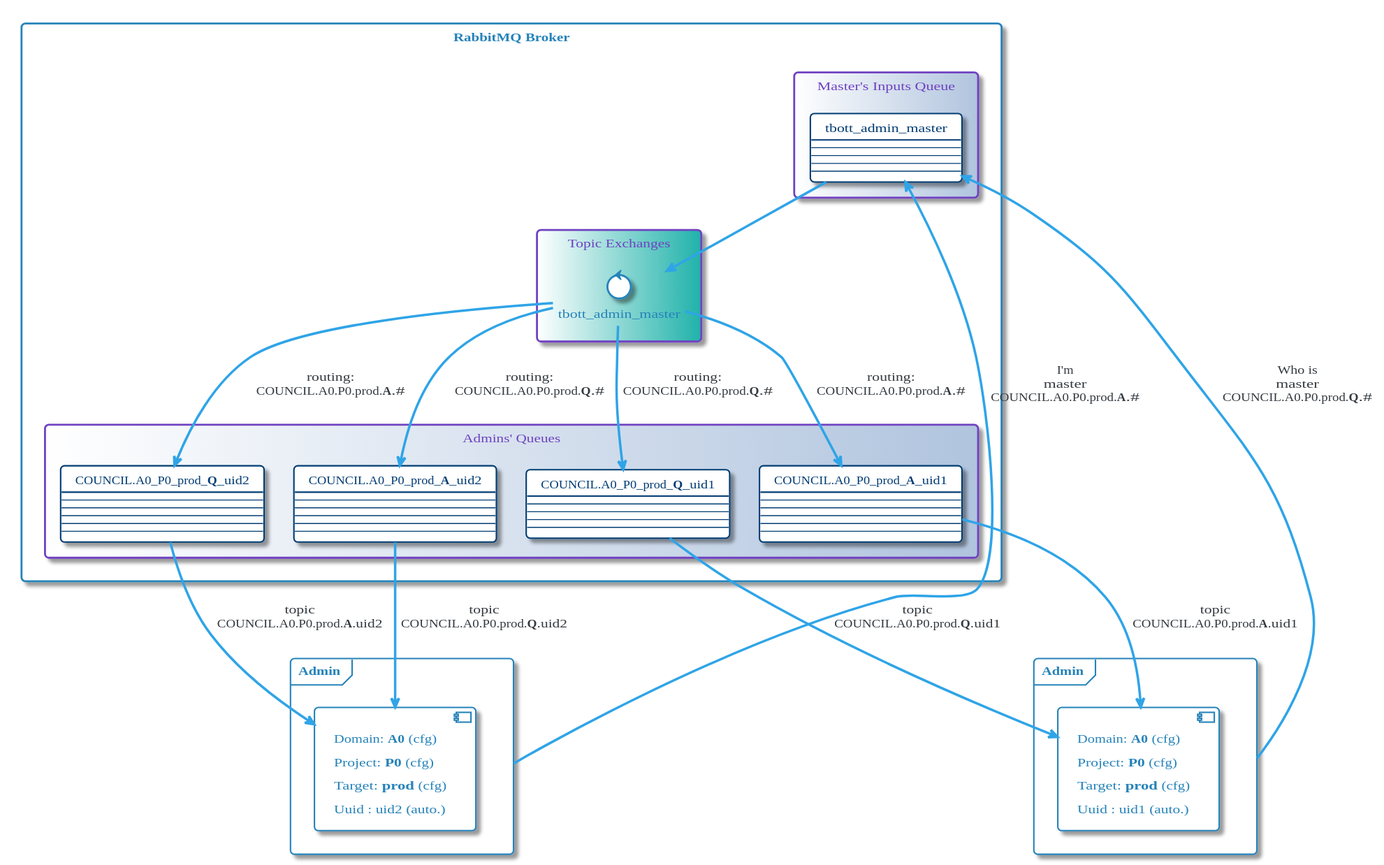
The PlantUML diagram images/plantuml/Admin/admin_coms/CommandsMaster.svg in momenttech/maestro-architecture, before a commit.
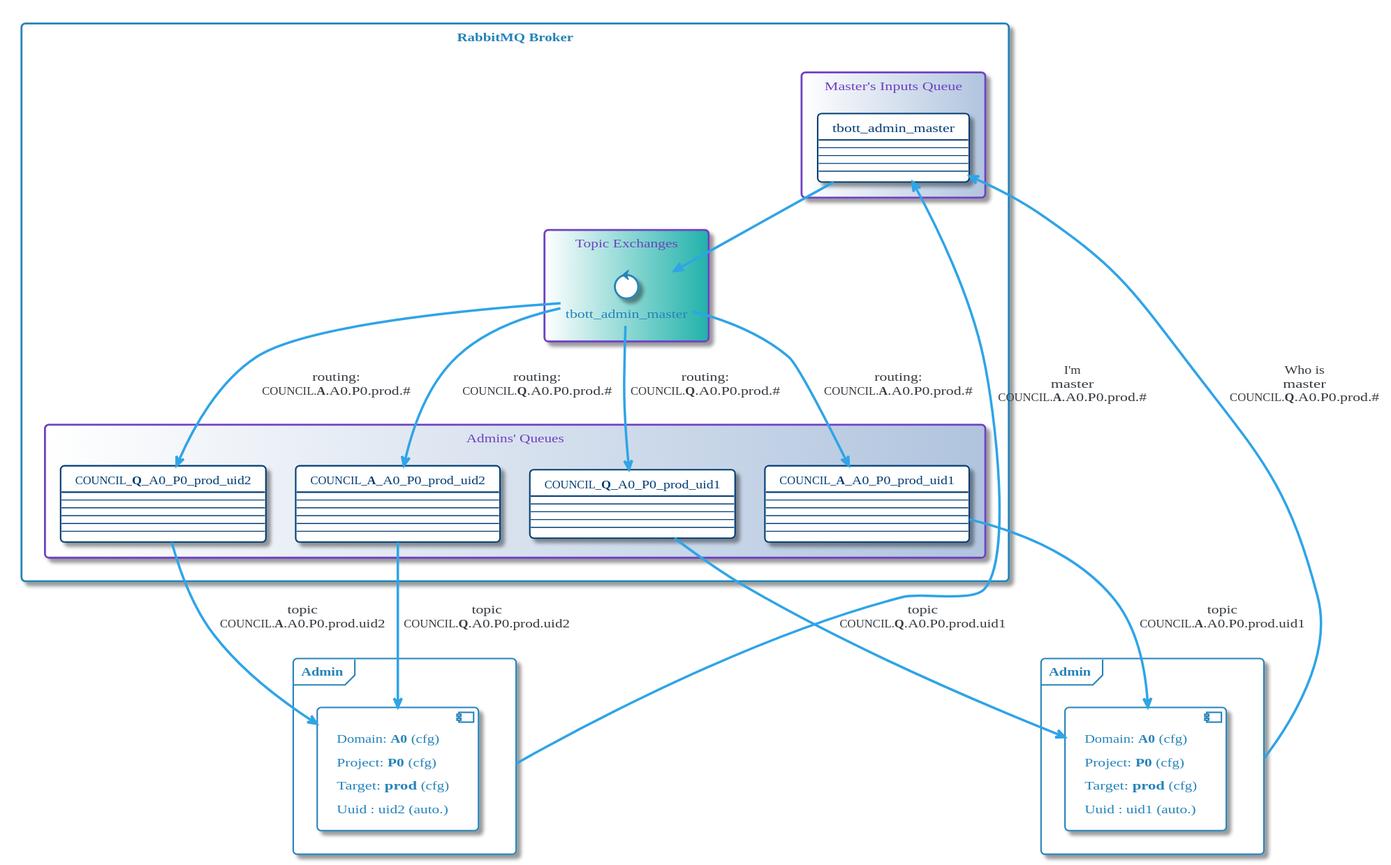
After the change.

Commit message:
updated topics name

Change to the diagram source:
```diff
@@ -423,7 +423,7 @@
     }
     rectangle "Admins' Queues" <<QUEUES>> as RmqQueuesOut {
         card Card_A0P0T0Q1 [
-            COUNCIL.A0_P0_prod_<b>Q</b>_uid1
+            COUNCIL_<b>Q</b>_A0_P0_prod_uid1
             ___
             ---
             ---
@@ -431,7 +431,7 @@
             ---
         ]
         card Card_A0P0T0A1 [
-            COUNCIL.A0_P0_prod_<b>A</b>_uid1
+            COUNCIL_<b>A</b>_A0_P0_prod_uid1
             ___
             ---
             ---
@@ -440,7 +440,7 @@
             ---
         ]
         card Card_A0P0T0A2 [
-            COUNCIL.A0_P0_prod_<b>Q</b>_uid2
+            COUNCIL_<b>Q</b>_A0_P0_prod_uid2
             ___
             ---
             ---
@@ -449,7 +449,7 @@
             ---
         ]
         card Card_A0P0T0Q2 [
-            COUNCIL.A0_P0_prod_<b>A</b>_uid2
+            COUNCIL_<b>A</b>_A0_P0_prod_uid2
             ___
             ---
             ---
@@ -464,10 +464,10 @@
 
 Card_TbottAdmin -d-> ExchTbott
 
-ExchTbott --> Card_A0P0T0A1: "routing:\nCOUNCIL.A0.P0.prod.<b>A</b>.#"
-ExchTbott --> Card_A0P0T0Q1: "routing:\nCOUNCIL.A0.P0.prod.<b>Q</b>.#"
-ExchTbott --> Card_A0P0T0A2: "routing:\nCOUNCIL.A0.P0.prod.<b>A</b>.#"
-ExchTbott --> Card_A0P0T0Q2: "routing:\nCOUNCIL.A0.P0.prod.<b>Q</b>.#"
+ExchTbott --> Card_A0P0T0A1: "routing:\nCOUNCIL.<b>A</b>.A0.P0.prod.#"
+ExchTbott --> Card_A0P0T0Q1: "routing:\nCOUNCIL.<b>Q</b>.A0.P0.prod.#"
+ExchTbott --> Card_A0P0T0A2: "routing:\nCOUNCIL.<b>A</b>.A0.P0.prod.#"
+ExchTbott --> Card_A0P0T0Q2: "routing:\nCOUNCIL.<b>Q</b>.A0.P0.prod.#"
 
 frame "Admin" as FrameA0P0T1 {
     component CompA0P0T1 [
@@ -487,13 +487,13 @@
     ]
 }
 
-FrameA0P0T1 -> Card_TbottAdmin: "Who is\nmaster\nCOUNCIL.A0.P0.prod.<b>Q</b>.#"
-FrameA0P0T2 -> Card_TbottAdmin: "I'm\nmaster\nCOUNCIL.A0.P0.prod.<b>A</b>.#"
+FrameA0P0T1 -> Card_TbottAdmin: "Who is\nmaster\nCOUNCIL.<b>Q</b>.A0.P0.prod.#"
+FrameA0P0T2 -> Card_TbottAdmin: "I'm\nmaster\nCOUNCIL.<b>A</b>.A0.P0.prod.#"
 
-Card_A0P0T0A1 --> CompA0P0T1: topic\nCOUNCIL.A0.P0.prod.<b>A</b>.uid1
-Card_A0P0T0Q1 --> CompA0P0T1: topic\nCOUNCIL.A0.P0.prod.<b>Q</b>.uid1
-Card_A0P0T0A2 --> CompA0P0T2: topic\nCOUNCIL.A0.P0.prod.<b>A</b>.uid2
-Card_A0P0T0Q2 --> CompA0P0T2: topic\nCOUNCIL.A0.P0.prod.<b>Q</b>.uid2
+Card_A0P0T0A1 --> CompA0P0T1: topic\nCOUNCIL.<b>A</b>.A0.P0.prod.uid1
+Card_A0P0T0Q1 --> CompA0P0T1: topic\nCOUNCIL.<b>Q</b>.A0.P0.prod.uid1
+Card_A0P0T0A2 --> CompA0P0T2: topic\nCOUNCIL.<b>A</b>.A0.P0.prod.uid2
+Card_A0P0T0Q2 --> CompA0P0T2: topic\nCOUNCIL.<b>Q</b>.A0.P0.prod.uid2
 
 
 @enduml
```
